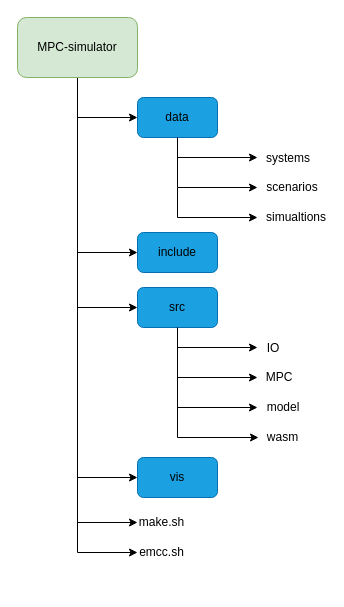
Earlier version of the draw.io diagram fig/mpc-simulator-structure.drawio (gotvinne/Light-weight-MPC). Source tidied: cells renumbered, new cells numbered last; positions are measured from the earlier drawing's top-left corner, leaving out a move shared by most shapes. Both pictures are drawn from the tidied source at 100%, with x=0, y=0 at pixel (17, 17).
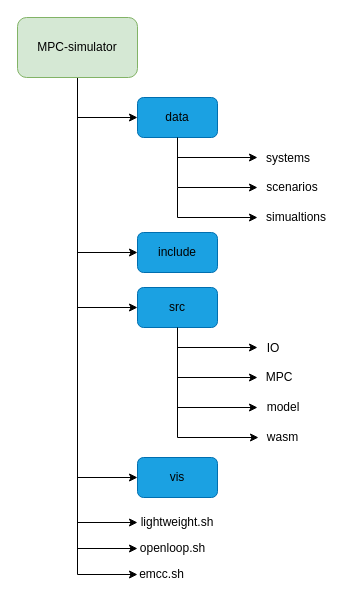
The same diagram, later.

The change refers to these unchanged cells:
```xml
<mxCell id="13" value="&lt;font color=&quot;#000000&quot;&gt;MPC-simulator&lt;/font&gt;" style="rounded=1;whiteSpace=wrap;html=1;fillColor=#d5e8d4;strokeColor=#82b366;" parent="1" vertex="1">
  <mxGeometry width="120" height="60" as="geometry" />
</mxCell>
```

Diff of the diagram source:
```diff
@@
+    <mxCell id="12" style="edgeStyle=orthogonalEdgeStyle;rounded=0;jettySize=auto;html=1;exitX=0.5;exitY=1;exitDx=0;exitDy=0;entryX=0;entryY=0.5;entryDx=0;entryDy=0;" parent="1" edge="1" source="13" target="28">
+      <mxGeometry relative="1" as="geometry" />
+    </mxCell>
@@
-    <mxCell id="12" style="edgeStyle=orthogonalEdgeStyle;rounded=0;jettySize=auto;html=1;exitX=0.5;exitY=1;exitDx=0;exitDy=0;entryX=0;entryY=0.5;entryDx=0;entryDy=0;" parent="1" edge="1" source="13" target="28">
-      <mxGeometry relative="1" as="geometry" />
-    </mxCell>
+    <mxCell id="29" style="edgeStyle=orthogonalEdgeStyle;rounded=0;jettySize=auto;html=1;exitX=0.5;exitY=1;exitDx=0;exitDy=0;entryX=0;entryY=0.5;entryDx=0;entryDy=0;" parent="1" edge="1" source="13" target="30">
+      <mxGeometry relative="1" as="geometry" />
+    </mxCell>
@@
-    <mxCell id="27" value="make.sh" style="text;html=1;strokeColor=none;fillColor=none;align=center;verticalAlign=middle;whiteSpace=wrap;rounded=0;" parent="1" vertex="1">
-      <mxGeometry x="120" y="490" width="49" height="30" as="geometry" />
+    <mxCell id="27" value="lightweight.sh" style="text;html=1;strokeColor=none;fillColor=none;align=center;verticalAlign=middle;whiteSpace=wrap;rounded=0;" parent="1" vertex="1">
+      <mxGeometry x="120" y="490" width="80" height="30" as="geometry" />
     </mxCell>
     <mxCell id="28" value="emcc.sh" style="text;html=1;strokeColor=none;fillColor=none;align=center;verticalAlign=middle;whiteSpace=wrap;rounded=0;" parent="1" vertex="1">
-      <mxGeometry x="120" y="520" width="49" height="30" as="geometry" />
+      <mxGeometry x="120" y="542" width="49" height="30" as="geometry" />
     </mxCell>
+    <mxCell id="30" value="openloop.sh" style="text;html=1;strokeColor=none;fillColor=none;align=center;verticalAlign=middle;whiteSpace=wrap;rounded=0;" parent="1" vertex="1">
+      <mxGeometry x="120" y="516" width="70.5" height="30" as="geometry" />
+    </mxCell>
```
